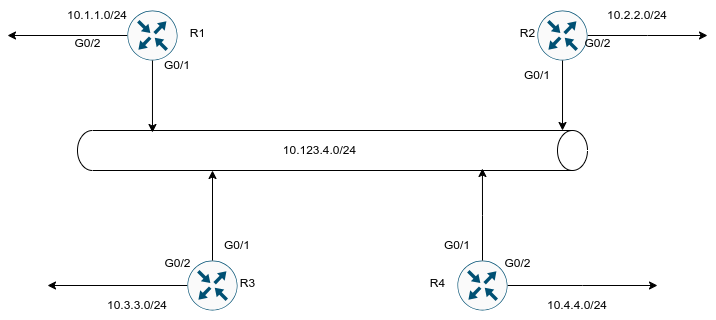
This is ENCOR/OSPF-topology.png from mariusavram123/cisco-notes, a draw.io export, as it was before one commit. Source tidied: cells renumbered, new cells last; positions are measured from the earlier drawing's top-left corner, leaving out a move shared by most shapes. Source of this version:
```xml
<mxGraphModel>
  <root>
    <mxCell id="0" />
    <mxCell id="1" parent="0" />
    <mxCell id="2" style="edgeStyle=orthogonalEdgeStyle;rounded=0;jettySize=auto;html=1;" parent="1" edge="1" source="3">
      <mxGeometry relative="1" as="geometry">
        <mxPoint y="35" as="targetPoint" />
      </mxGeometry>
    </mxCell>
    <mxCell id="3" style="sketch=0;points=[[0.5,0,0],[1,0.5,0],[0.5,1,0],[0,0.5,0],[0.145,0.145,0],[0.8555,0.145,0],[0.855,0.8555,0],[0.145,0.855,0]];verticalLabelPosition=bottom;html=1;verticalAlign=top;align=center;shape=mxgraph.cisco19.rect;prIcon=router;fillColor=#FAFAFA;strokeColor=#005073;" parent="1" vertex="1">
      <mxGeometry x="120" y="10" width="50" height="50" as="geometry" />
    </mxCell>
    <mxCell id="4" style="edgeStyle=orthogonalEdgeStyle;rounded=0;jettySize=auto;html=1;" parent="1" edge="1" source="5">
      <mxGeometry relative="1" as="geometry">
        <mxPoint x="650" y="285" as="targetPoint" />
      </mxGeometry>
    </mxCell>
    <mxCell id="5" style="sketch=0;points=[[0.5,0,0],[1,0.5,0],[0.5,1,0],[0,0.5,0],[0.145,0.145,0],[0.8555,0.145,0],[0.855,0.8555,0],[0.145,0.855,0]];verticalLabelPosition=bottom;html=1;verticalAlign=top;align=center;shape=mxgraph.cisco19.rect;prIcon=router;fillColor=#FAFAFA;strokeColor=#005073;" parent="1" vertex="1">
      <mxGeometry x="450" y="260" width="50" height="50" as="geometry" />
    </mxCell>
    <mxCell id="6" style="edgeStyle=orthogonalEdgeStyle;rounded=0;jettySize=auto;html=1;" parent="1" edge="1" source="7">
      <mxGeometry relative="1" as="geometry">
        <mxPoint x="40" y="285" as="targetPoint" />
      </mxGeometry>
    </mxCell>
    <mxCell id="7" style="sketch=0;points=[[0.5,0,0],[1,0.5,0],[0.5,1,0],[0,0.5,0],[0.145,0.145,0],[0.8555,0.145,0],[0.855,0.8555,0],[0.145,0.855,0]];verticalLabelPosition=bottom;html=1;verticalAlign=top;align=center;shape=mxgraph.cisco19.rect;prIcon=router;fillColor=#FAFAFA;strokeColor=#005073;" parent="1" vertex="1">
      <mxGeometry x="180" y="260" width="50" height="50" as="geometry" />
    </mxCell>
    <mxCell id="8" style="edgeStyle=orthogonalEdgeStyle;rounded=0;jettySize=auto;html=1;" parent="1" edge="1" source="9">
      <mxGeometry relative="1" as="geometry">
        <mxPoint x="700" y="35" as="targetPoint" />
      </mxGeometry>
    </mxCell>
    <mxCell id="9" style="sketch=0;points=[[0.5,0,0],[1,0.5,0],[0.5,1,0],[0,0.5,0],[0.145,0.145,0],[0.8555,0.145,0],[0.855,0.8555,0],[0.145,0.855,0]];verticalLabelPosition=bottom;html=1;verticalAlign=top;align=center;shape=mxgraph.cisco19.rect;prIcon=router;fillColor=#FAFAFA;strokeColor=#005073;" parent="1" vertex="1">
      <mxGeometry x="530" y="10" width="50" height="50" as="geometry" />
    </mxCell>
    <mxCell id="10" value="10.123.4.0/24" style="shape=cylinder3;whiteSpace=wrap;html=1;boundedLbl=1;backgroundOutline=1;size=15;rotation=0;direction=south;" parent="1" vertex="1">
      <mxGeometry x="70" y="130" width="510" height="40" as="geometry" />
    </mxCell>
    <mxCell id="11" style="edgeStyle=orthogonalEdgeStyle;rounded=0;jettySize=auto;html=1;entryX=0.05;entryY=0.853;entryDx=0;entryDy=0;entryPerimeter=0;" parent="1" edge="1" source="3" target="10">
      <mxGeometry relative="1" as="geometry" />
    </mxCell>
    <mxCell id="12" style="edgeStyle=orthogonalEdgeStyle;rounded=0;jettySize=auto;html=1;entryX=0;entryY=0.049;entryDx=0;entryDy=0;entryPerimeter=0;" parent="1" edge="1" source="9" target="10">
      <mxGeometry relative="1" as="geometry" />
    </mxCell>
    <mxCell id="13" style="edgeStyle=orthogonalEdgeStyle;rounded=0;jettySize=auto;html=1;entryX=1;entryY=0;entryDx=0;entryDy=375;entryPerimeter=0;" parent="1" edge="1" source="7" target="10">
      <mxGeometry relative="1" as="geometry" />
    </mxCell>
    <mxCell id="14" style="edgeStyle=orthogonalEdgeStyle;rounded=0;jettySize=auto;html=1;entryX=0.95;entryY=0.206;entryDx=0;entryDy=0;entryPerimeter=0;" parent="1" edge="1" source="5" target="10">
      <mxGeometry relative="1" as="geometry" />
    </mxCell>
    <mxCell id="15" value="R1" style="text;html=1;align=center;verticalAlign=middle;strokeColor=none;fillColor=none;" parent="1" vertex="1">
      <mxGeometry x="170" y="18" width="40" height="30" as="geometry" />
    </mxCell>
    <mxCell id="16" value="R2" style="text;html=1;align=center;verticalAlign=middle;strokeColor=none;fillColor=none;" parent="1" vertex="1">
      <mxGeometry x="500" y="18" width="40" height="30" as="geometry" />
    </mxCell>
    <mxCell id="17" value="R3" style="text;html=1;align=center;verticalAlign=middle;strokeColor=none;fillColor=none;" parent="1" vertex="1">
      <mxGeometry x="220" y="268" width="40" height="30" as="geometry" />
    </mxCell>
    <mxCell id="18" value="R4" style="text;html=1;align=center;verticalAlign=middle;strokeColor=none;fillColor=none;" parent="1" vertex="1">
      <mxGeometry x="410" y="268" width="40" height="30" as="geometry" />
    </mxCell>
    <mxCell id="19" value="10.4.4.0/24" style="text;html=1;align=center;verticalAlign=middle;whiteSpace=wrap;rounded=0;" parent="1" vertex="1">
      <mxGeometry x="540" y="290" width="60" height="30" as="geometry" />
    </mxCell>
    <mxCell id="20" value="10.3.3.0/24" style="text;html=1;align=center;verticalAlign=middle;whiteSpace=wrap;rounded=0;" parent="1" vertex="1">
      <mxGeometry x="80" y="290" width="100" height="30" as="geometry" />
    </mxCell>
    <mxCell id="21" value="10.1.1.0/24" style="text;html=1;align=center;verticalAlign=middle;whiteSpace=wrap;rounded=0;" parent="1" vertex="1">
      <mxGeometry x="60" width="60" height="30" as="geometry" />
    </mxCell>
    <mxCell id="22" value="G0/1" style="text;html=1;align=center;verticalAlign=middle;whiteSpace=wrap;rounded=0;" parent="1" vertex="1">
      <mxGeometry x="140" y="50" width="60" height="30" as="geometry" />
    </mxCell>
    <mxCell id="23" value="G0/1" style="text;html=1;align=center;verticalAlign=middle;whiteSpace=wrap;rounded=0;" parent="1" vertex="1">
      <mxGeometry x="500" y="60" width="60" height="30" as="geometry" />
    </mxCell>
    <mxCell id="24" value="G0/1" style="text;html=1;align=center;verticalAlign=middle;whiteSpace=wrap;rounded=0;" parent="1" vertex="1">
      <mxGeometry x="200" y="230" width="60" height="30" as="geometry" />
    </mxCell>
    <mxCell id="25" value="G0/1" style="text;html=1;align=center;verticalAlign=middle;whiteSpace=wrap;rounded=0;" parent="1" vertex="1">
      <mxGeometry x="420" y="230" width="60" height="30" as="geometry" />
    </mxCell>
    <mxCell id="26" value="G0/2" style="text;html=1;align=center;verticalAlign=middle;strokeColor=none;fillColor=none;" parent="1" vertex="1">
      <mxGeometry x="55" y="28" width="50" height="30" as="geometry" />
    </mxCell>
    <mxCell id="27" value="G0/2" style="text;html=1;align=center;verticalAlign=middle;strokeColor=none;fillColor=none;" parent="1" vertex="1">
      <mxGeometry x="565" y="28" width="50" height="30" as="geometry" />
    </mxCell>
    <mxCell id="28" value="10.2.2.0/24" style="text;html=1;align=center;verticalAlign=middle;whiteSpace=wrap;rounded=0;" parent="1" vertex="1">
      <mxGeometry x="600" width="60" height="30" as="geometry" />
    </mxCell>
    <mxCell id="29" value="G0/2" style="text;html=1;align=center;verticalAlign=middle;strokeColor=none;fillColor=none;" parent="1" vertex="1">
      <mxGeometry x="145" y="248" width="50" height="30" as="geometry" />
    </mxCell>
    <mxCell id="30" value="G0/2" style="text;html=1;align=center;verticalAlign=middle;strokeColor=none;fillColor=none;" parent="1" vertex="1">
      <mxGeometry x="485" y="248" width="50" height="30" as="geometry" />
    </mxCell>
  </root>
</mxGraphModel>
```
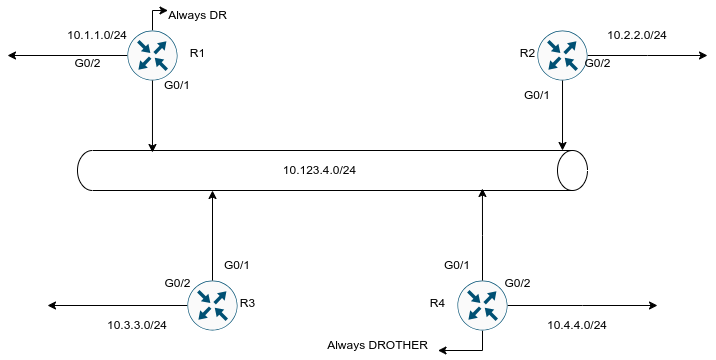
After the change.

Commit message:
Added the last notes about OSPF

The edit, as a diff of the source:
```diff
@@ -7,6 +7,11 @@
         <mxPoint y="35" as="targetPoint" />
       </mxGeometry>
     </mxCell>
+    <mxCell id="31" style="edgeStyle=orthogonalEdgeStyle;rounded=0;jettySize=auto;html=1;" parent="1" edge="1" source="3">
+      <mxGeometry relative="1" as="geometry">
+        <mxPoint x="160" y="-10" as="targetPoint" />
+      </mxGeometry>
+    </mxCell>
     <mxCell id="3" style="sketch=0;points=[[0.5,0,0],[1,0.5,0],[0.5,1,0],[0,0.5,0],[0.145,0.145,0],[0.8555,0.145,0],[0.855,0.8555,0],[0.145,0.855,0]];verticalLabelPosition=bottom;html=1;verticalAlign=top;align=center;shape=mxgraph.cisco19.rect;prIcon=router;fillColor=#FAFAFA;strokeColor=#005073;" parent="1" vertex="1">
       <mxGeometry x="120" y="10" width="50" height="50" as="geometry" />
     </mxCell>
@@ -15,6 +20,11 @@
         <mxPoint x="650" y="285" as="targetPoint" />
       </mxGeometry>
     </mxCell>
+    <mxCell id="32" style="edgeStyle=orthogonalEdgeStyle;rounded=0;jettySize=auto;html=1;exitX=0.5;exitY=1;exitDx=0;exitDy=0;exitPerimeter=0;" parent="1" edge="1" source="5">
+      <mxGeometry relative="1" as="geometry">
+        <mxPoint x="430" y="330" as="targetPoint" />
+      </mxGeometry>
+    </mxCell>
     <mxCell id="5" style="sketch=0;points=[[0.5,0,0],[1,0.5,0],[0.5,1,0],[0,0.5,0],[0.145,0.145,0],[0.8555,0.145,0],[0.855,0.8555,0],[0.145,0.855,0]];verticalLabelPosition=bottom;html=1;verticalAlign=top;align=center;shape=mxgraph.cisco19.rect;prIcon=router;fillColor=#FAFAFA;strokeColor=#005073;" parent="1" vertex="1">
       <mxGeometry x="450" y="260" width="50" height="50" as="geometry" />
     </mxCell>
@@ -97,5 +107,11 @@
     <mxCell id="30" value="G0/2" style="text;html=1;align=center;verticalAlign=middle;strokeColor=none;fillColor=none;" parent="1" vertex="1">
       <mxGeometry x="485" y="248" width="50" height="30" as="geometry" />
     </mxCell>
+    <mxCell id="33" value="Always DR" style="text;html=1;align=center;verticalAlign=middle;strokeColor=none;fillColor=none;" parent="1" vertex="1">
+      <mxGeometry x="150" y="-20" width="80" height="30" as="geometry" />
+    </mxCell>
+    <mxCell id="34" value="Always DROTHER" style="text;html=1;align=center;verticalAlign=middle;strokeColor=none;fillColor=none;" parent="1" vertex="1">
+      <mxGeometry x="310" y="310" width="120" height="30" as="geometry" />
+    </mxCell>
   </root>
 </mxGraphModel>
```
